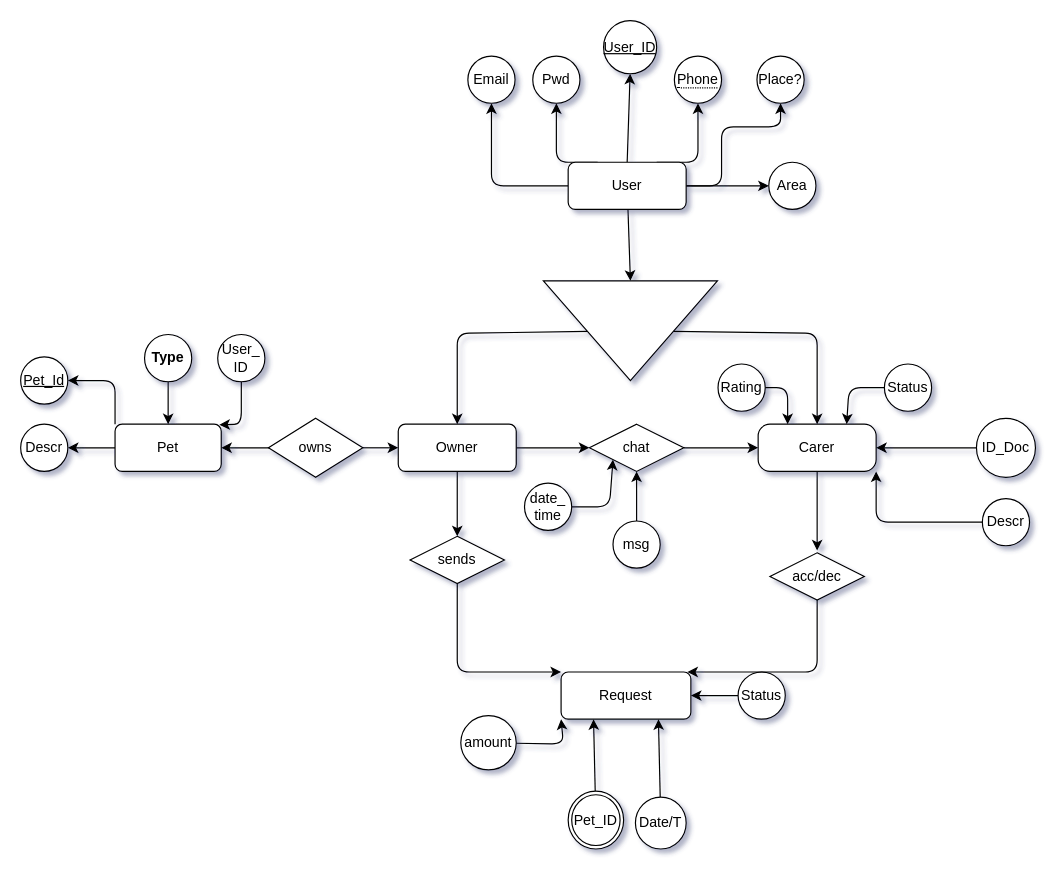
Above: Docs/DB/entidad-realcion.drawio in iagogonzalezborines/MascoTier_Project (draw.io), before the change. Source tidied: cells renumbered, new cells numbered last; positions are measured from the earlier drawing's top-left corner, leaving out a move shared by most shapes. Both pictures are drawn from the tidied source at 118%, with x=0, y=0 at pixel (20, 20).
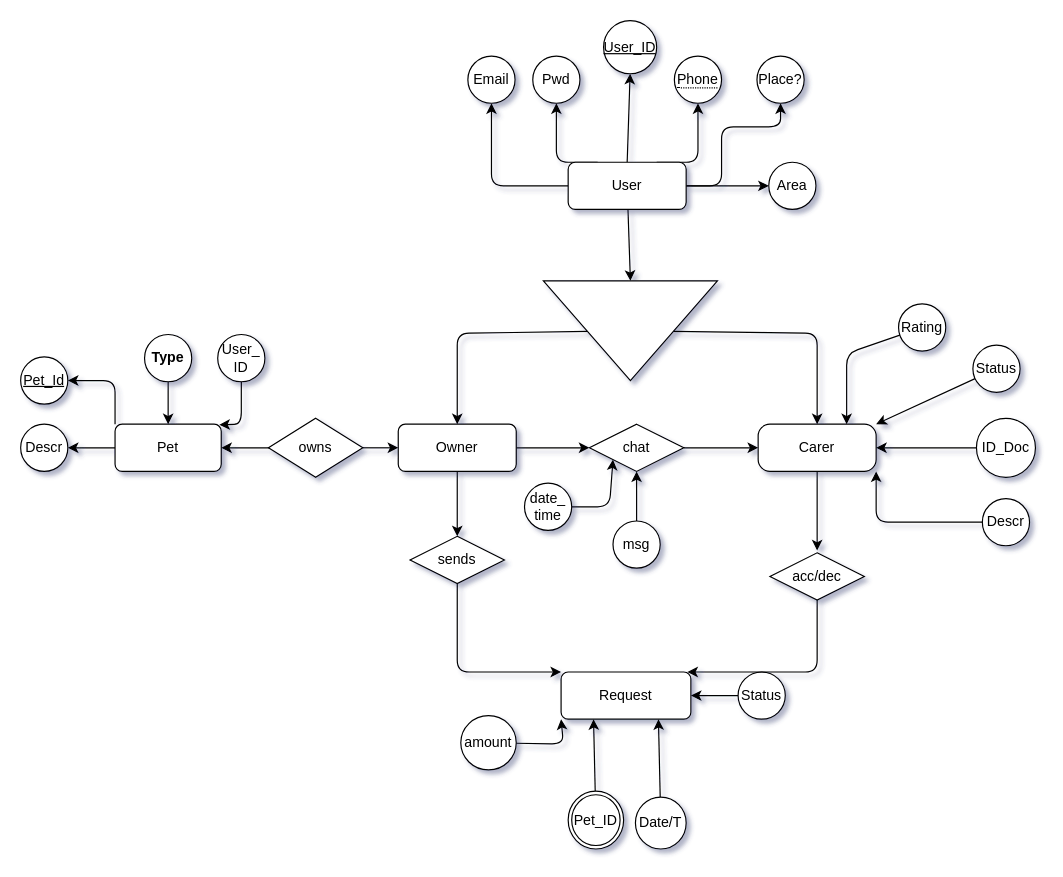
The same page after the edit.

Unchanged cells that the change refers to:
```xml
<mxCell id="16" value="Carer&lt;br&gt;" style="rounded=1;whiteSpace=wrap;html=1;arcSize=25;" parent="1" vertex="1">
  <mxGeometry x="625" y="342" width="100" height="40" as="geometry" />
</mxCell>
```

The edit, as a diff of the source:
```diff
@@
-    <mxCell id="40" style="edgeStyle=none;html=1;entryX=0.75;entryY=0;entryDx=0;entryDy=0;" parent="1" edge="1" source="41" target="16">
-      <mxGeometry relative="1" as="geometry">
-        <Array as="points">
-          <mxPoint x="702" y="311" />
-        </Array>
-      </mxGeometry>
+    <mxCell id="40" style="edgeStyle=none;html=1;entryX=1;entryY=0;entryDx=0;entryDy=0;" parent="1" edge="1" source="41" target="16">
+      <mxGeometry relative="1" as="geometry" />
     </mxCell>
     <mxCell id="41" value="Status" style="ellipse;whiteSpace=wrap;html=1;" parent="1" vertex="1">
-      <mxGeometry x="732" y="291" width="40" height="40" as="geometry" />
+      <mxGeometry x="807" y="275" width="40" height="40" as="geometry" />
     </mxCell>
@@
-    <mxCell id="46" style="edgeStyle=none;html=1;entryX=0.25;entryY=0;entryDx=0;entryDy=0;" parent="1" edge="1" source="47" target="16">
+    <mxCell id="46" style="edgeStyle=none;html=1;entryX=0.75;entryY=0;entryDx=0;entryDy=0;" parent="1" edge="1" source="47" target="16">
       <mxGeometry relative="1" as="geometry">
         <Array as="points">
-          <mxPoint x="650" y="311" />
+          <mxPoint x="700" y="282" />
         </Array>
       </mxGeometry>
     </mxCell>
     <mxCell id="47" value="Rating" style="ellipse;whiteSpace=wrap;html=1;" parent="1" vertex="1">
-      <mxGeometry x="591" y="291" width="40" height="40" as="geometry" />
+      <mxGeometry x="744" y="240" width="40" height="40" as="geometry" />
     </mxCell>
```
